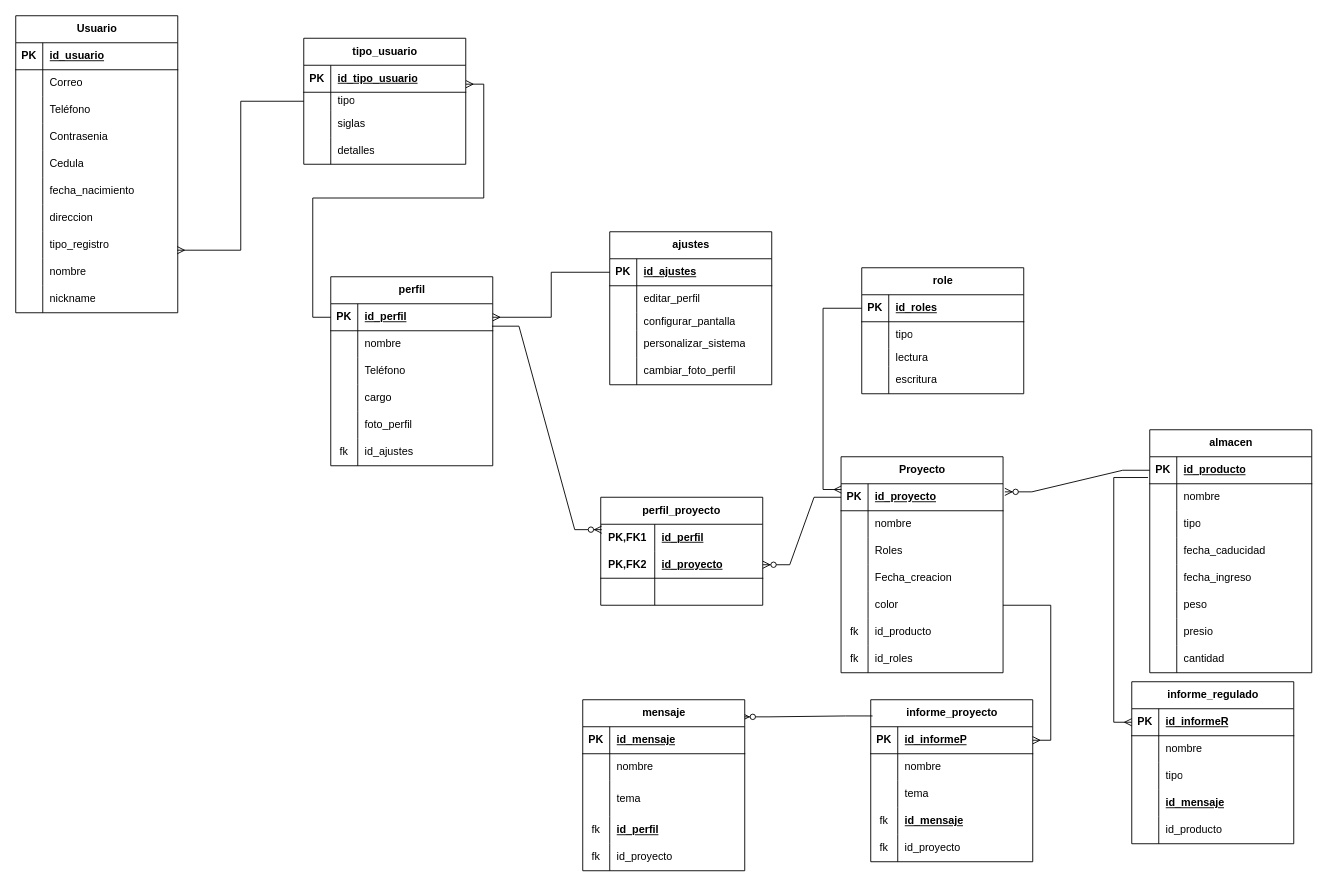
This is Diagrama sin título.drawio from jhoann2007/Proyecto-Formativo, a draw.io file, before an edit. Source tidied: cells renumbered, new cells numbered last; positions are measured from the earlier drawing's top-left corner, leaving out a move shared by most shapes. Both pictures are drawn from the tidied source at 90%, with x=0, y=0 at pixel (15, 15).
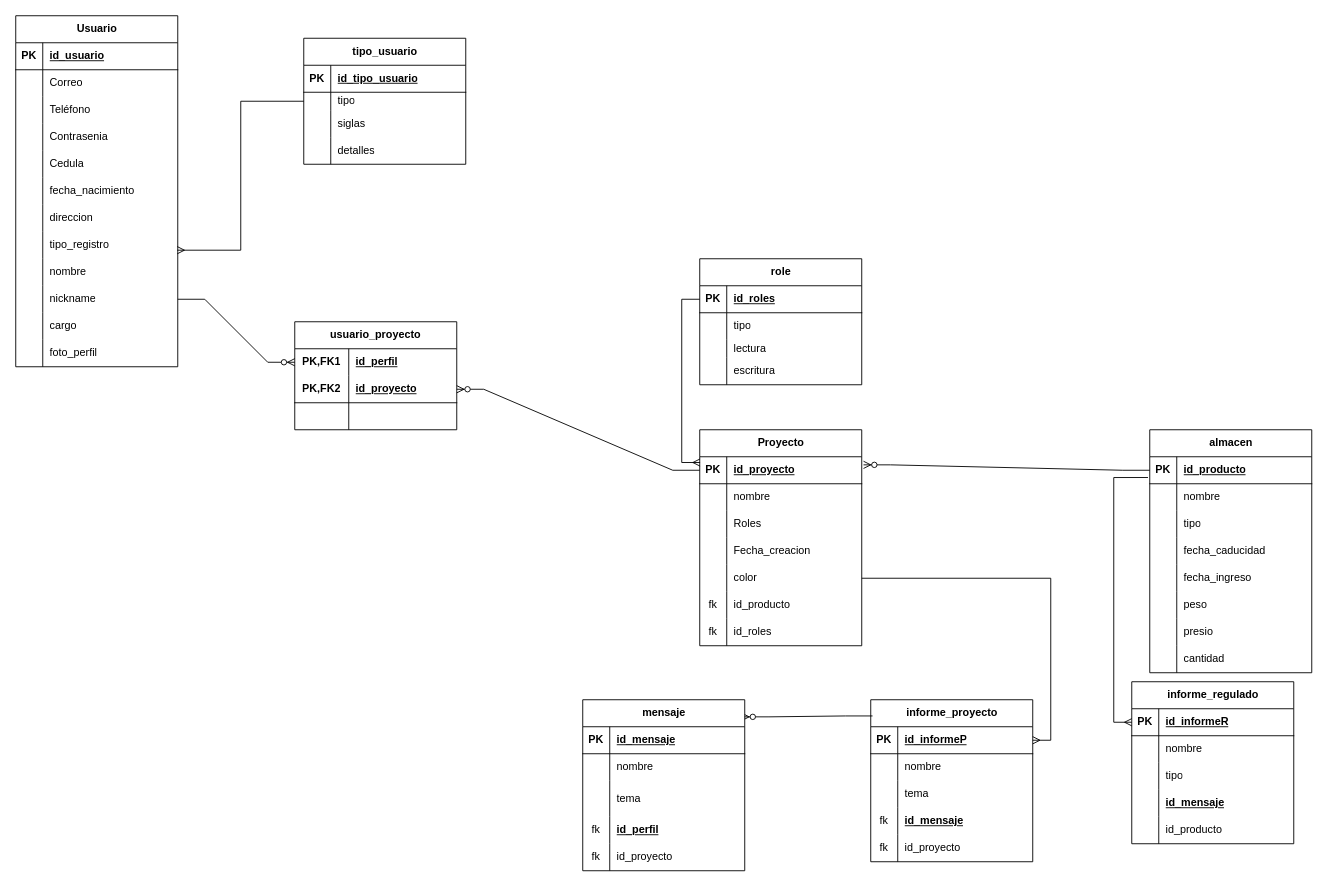
After the change.

Unchanged cells that the change refers to:
```xml
<mxCell id="30" style="shape=tableRow;horizontal=0;startSize=0;swimlaneHead=0;swimlaneBody=0;fillColor=none;points=[[0,0.5],[1,0.5]];portConstraint=eastwest;top=0;left=0;right=0;bottom=0;" parent="2" vertex="1">
  <mxGeometry y="300" width="180" height="30" as="geometry" />
</mxCell>
<mxCell id="168" style="shape=tableRow;horizontal=0;startSize=0;swimlaneHead=0;swimlaneBody=0;fillColor=none;points=[[0,0.5],[1,0.5]];portConstraint=eastwest;top=0;left=0;right=0;bottom=1;" parent="167" vertex="1">
  <mxGeometry y="30" width="180" height="30" as="geometry" />
</mxCell>
<mxCell id="185" style="shape=tableRow;horizontal=0;startSize=0;swimlaneHead=0;swimlaneBody=0;fillColor=none;points=[[0,0.5],[1,0.5]];portConstraint=eastwest;top=0;left=0;right=0;bottom=0;html=1;" parent="184" vertex="1">
  <mxGeometry y="30" width="180" height="30" as="geometry" />
</mxCell>
```

Diff of the diagram source:
```diff
@@
     <mxCell id="2" value="Usuario" style="shape=table;startSize=30;childLayout=tableLayout;rowLines=0;fontStyle=1;align=center;html=1;" parent="1" vertex="1">
-      <mxGeometry width="180" height="330" as="geometry" />
+      <mxGeometry width="180" height="390" as="geometry" />
     </mxCell>
@@
+    <mxCell id="209" style="shape=tableRow;horizontal=0;startSize=0;swimlaneHead=0;swimlaneBody=0;fillColor=none;top=0;left=0;right=0;bottom=0;" parent="2" vertex="1">
+      <mxGeometry y="330" width="180" height="30" as="geometry" />
+    </mxCell>
+    <mxCell id="210" style="shape=partialRectangle;fillColor=none;top=0;left=0;bottom=0;right=0;overflow=hidden;whiteSpace=wrap;html=1;" parent="209" vertex="1">
+      <mxGeometry width="30" height="30" as="geometry" />
+    </mxCell>
+    <mxCell id="144" value="cargo" style="shape=partialRectangle;fillColor=none;top=0;left=0;bottom=0;right=0;align=left;spacingLeft=6;overflow=hidden;whiteSpace=wrap;html=1;" parent="209" vertex="1">
+      <mxGeometry x="30" width="150" height="30" as="geometry" />
+    </mxCell>
+    <mxCell id="211" style="shape=tableRow;horizontal=0;startSize=0;swimlaneHead=0;swimlaneBody=0;fillColor=none;top=0;left=0;right=0;bottom=0;" parent="2" vertex="1">
+      <mxGeometry y="360" width="180" height="30" as="geometry" />
+    </mxCell>
+    <mxCell id="212" style="shape=partialRectangle;fillColor=none;top=0;left=0;bottom=0;right=0;overflow=hidden;whiteSpace=wrap;html=1;" parent="211" vertex="1">
+      <mxGeometry width="30" height="30" as="geometry" />
+    </mxCell>
+    <mxCell id="147" value="foto_perfil" style="shape=partialRectangle;fillColor=none;top=0;left=0;bottom=0;right=0;align=left;spacingLeft=6;overflow=hidden;whiteSpace=wrap;html=1;" parent="211" vertex="1">
+      <mxGeometry x="30" width="150" height="30" as="geometry" />
+    </mxCell>
@@
     <mxCell id="58" value="Proyecto" style="shape=table;startSize=30;childLayout=tableLayout;rowLines=0;fontStyle=1;align=center;html=1;" parent="1" vertex="1">
-      <mxGeometry x="917" y="490" width="180" height="240" as="geometry" />
+      <mxGeometry x="760" y="460" width="180" height="240" as="geometry" />
     </mxCell>
@@
-    <mxCell id="132" value="perfil" style="shape=table;startSize=30;childLayout=tableLayout;rowLines=0;fontStyle=1;align=center;html=1;" parent="1" vertex="1">
-      <mxGeometry x="350" y="290" width="180" height="210" as="geometry" />
-    </mxCell>
-    <mxCell id="133" style="shape=tableRow;horizontal=0;startSize=0;swimlaneHead=0;swimlaneBody=0;fillColor=none;points=[[0,0.5],[1,0.5]];portConstraint=eastwest;top=0;left=0;right=0;bottom=1;" parent="132" vertex="1">
-      <mxGeometry y="30" width="180" height="30" as="geometry" />
-    </mxCell>
-    <mxCell id="134" value="PK" style="shape=partialRectangle;fillColor=none;top=0;left=0;bottom=0;right=0;fontStyle=1;overflow=hidden;whiteSpace=wrap;html=1;" parent="133" vertex="1">
-      <mxGeometry width="30" height="30" as="geometry" />
-    </mxCell>
-    <mxCell id="135" value="id_perfil" style="shape=partialRectangle;fillColor=none;top=0;left=0;bottom=0;right=0;align=left;spacingLeft=6;fontStyle=5;overflow=hidden;whiteSpace=wrap;html=1;" parent="133" vertex="1">
-      <mxGeometry x="30" width="150" height="30" as="geometry" />
-    </mxCell>
-    <mxCell id="136" style="shape=tableRow;horizontal=0;startSize=0;swimlaneHead=0;swimlaneBody=0;fillColor=none;top=0;left=0;right=0;bottom=0;" parent="132" vertex="1">
-      <mxGeometry y="60" width="180" height="30" as="geometry" />
-    </mxCell>
-    <mxCell id="137" style="shape=partialRectangle;fillColor=none;top=0;left=0;bottom=0;right=0;overflow=hidden;whiteSpace=wrap;html=1;" parent="136" vertex="1">
-      <mxGeometry width="30" height="30" as="geometry" />
-    </mxCell>
-    <mxCell id="138" value="nombre" style="shape=partialRectangle;fillColor=none;top=0;left=0;bottom=0;right=0;align=left;spacingLeft=6;overflow=hidden;whiteSpace=wrap;html=1;" parent="136" vertex="1">
-      <mxGeometry x="30" width="150" height="30" as="geometry" />
-    </mxCell>
-    <mxCell id="139" style="shape=tableRow;horizontal=0;startSize=0;swimlaneHead=0;swimlaneBody=0;fillColor=none;top=0;left=0;right=0;bottom=0;" parent="132" vertex="1">
-      <mxGeometry y="90" width="180" height="30" as="geometry" />
-    </mxCell>
-    <mxCell id="140" style="shape=partialRectangle;fillColor=none;top=0;left=0;bottom=0;right=0;overflow=hidden;whiteSpace=wrap;html=1;" parent="139" vertex="1">
-      <mxGeometry width="30" height="30" as="geometry" />
-    </mxCell>
-    <mxCell id="141" value="Teléfono" style="shape=partialRectangle;fillColor=none;top=0;left=0;bottom=0;right=0;align=left;spacingLeft=6;overflow=hidden;whiteSpace=wrap;html=1;" parent="139" vertex="1">
-      <mxGeometry x="30" width="150" height="30" as="geometry" />
-    </mxCell>
-    <mxCell id="142" style="shape=tableRow;horizontal=0;startSize=0;swimlaneHead=0;swimlaneBody=0;fillColor=none;top=0;left=0;right=0;bottom=0;" parent="132" vertex="1">
-      <mxGeometry y="120" width="180" height="30" as="geometry" />
-    </mxCell>
-    <mxCell id="143" style="shape=partialRectangle;fillColor=none;top=0;left=0;bottom=0;right=0;overflow=hidden;whiteSpace=wrap;html=1;" parent="142" vertex="1">
-      <mxGeometry width="30" height="30" as="geometry" />
-    </mxCell>
-    <mxCell id="144" value="cargo" style="shape=partialRectangle;fillColor=none;top=0;left=0;bottom=0;right=0;align=left;spacingLeft=6;overflow=hidden;whiteSpace=wrap;html=1;" parent="142" vertex="1">
-      <mxGeometry x="30" width="150" height="30" as="geometry" />
-    </mxCell>
-    <mxCell id="145" style="shape=tableRow;horizontal=0;startSize=0;swimlaneHead=0;swimlaneBody=0;fillColor=none;top=0;left=0;right=0;bottom=0;" parent="132" vertex="1">
-      <mxGeometry y="150" width="180" height="30" as="geometry" />
-    </mxCell>
-    <mxCell id="146" style="shape=partialRectangle;fillColor=none;top=0;left=0;bottom=0;right=0;overflow=hidden;whiteSpace=wrap;html=1;" parent="145" vertex="1">
-      <mxGeometry width="30" height="30" as="geometry" />
-    </mxCell>
-    <mxCell id="147" value="foto_perfil" style="shape=partialRectangle;fillColor=none;top=0;left=0;bottom=0;right=0;align=left;spacingLeft=6;overflow=hidden;whiteSpace=wrap;html=1;" parent="145" vertex="1">
-      <mxGeometry x="30" width="150" height="30" as="geometry" />
-    </mxCell>
-    <mxCell id="148" style="shape=tableRow;horizontal=0;startSize=0;swimlaneHead=0;swimlaneBody=0;fillColor=none;top=0;left=0;right=0;bottom=0;" parent="132" vertex="1">
-      <mxGeometry y="180" width="180" height="30" as="geometry" />
-    </mxCell>
-    <mxCell id="149" value="fk" style="shape=partialRectangle;fillColor=none;top=0;left=0;bottom=0;right=0;overflow=hidden;whiteSpace=wrap;html=1;" parent="148" vertex="1">
-      <mxGeometry width="30" height="30" as="geometry" />
-    </mxCell>
-    <mxCell id="150" value="id_ajustes" style="shape=partialRectangle;fillColor=none;top=0;left=0;bottom=0;right=0;align=left;spacingLeft=6;overflow=hidden;whiteSpace=wrap;html=1;" parent="148" vertex="1">
-      <mxGeometry x="30" width="150" height="30" as="geometry" />
-    </mxCell>
-    <mxCell id="151" value="ajustes" style="shape=table;startSize=30;childLayout=tableLayout;rowLines=0;fontStyle=1;align=center;html=1;" parent="1" vertex="1">
-      <mxGeometry x="660" y="240" width="180" height="170" as="geometry" />
-    </mxCell>
-    <mxCell id="152" style="shape=tableRow;horizontal=0;startSize=0;swimlaneHead=0;swimlaneBody=0;fillColor=none;points=[[0,0.5],[1,0.5]];portConstraint=eastwest;top=0;left=0;right=0;bottom=1;" parent="151" vertex="1">
-      <mxGeometry y="30" width="180" height="30" as="geometry" />
-    </mxCell>
-    <mxCell id="153" value="PK" style="shape=partialRectangle;fillColor=none;top=0;left=0;bottom=0;right=0;fontStyle=1;overflow=hidden;whiteSpace=wrap;html=1;" parent="152" vertex="1">
-      <mxGeometry width="30" height="30" as="geometry" />
-    </mxCell>
-    <mxCell id="154" value="id_ajustes" style="shape=partialRectangle;fillColor=none;top=0;left=0;bottom=0;right=0;align=left;spacingLeft=6;fontStyle=5;overflow=hidden;whiteSpace=wrap;html=1;" parent="152" vertex="1">
-      <mxGeometry x="30" width="150" height="30" as="geometry" />
-    </mxCell>
-    <mxCell id="155" style="shape=tableRow;horizontal=0;startSize=0;swimlaneHead=0;swimlaneBody=0;fillColor=none;top=0;left=0;right=0;bottom=0;" parent="151" vertex="1">
-      <mxGeometry y="60" width="180" height="30" as="geometry" />
-    </mxCell>
-    <mxCell id="156" style="shape=partialRectangle;fillColor=none;top=0;left=0;bottom=0;right=0;overflow=hidden;whiteSpace=wrap;html=1;" parent="155" vertex="1">
-      <mxGeometry width="30" height="30" as="geometry" />
-    </mxCell>
-    <mxCell id="157" value="editar_perfil" style="shape=partialRectangle;fillColor=none;top=0;left=0;bottom=0;right=0;align=left;spacingLeft=6;overflow=hidden;whiteSpace=wrap;html=1;" parent="155" vertex="1">
-      <mxGeometry x="30" width="150" height="30" as="geometry" />
-    </mxCell>
-    <mxCell id="158" style="shape=tableRow;horizontal=0;startSize=0;swimlaneHead=0;swimlaneBody=0;fillColor=none;top=0;left=0;right=0;bottom=0;" parent="151" vertex="1">
-      <mxGeometry y="90" width="180" height="20" as="geometry" />
-    </mxCell>
-    <mxCell id="159" style="shape=partialRectangle;fillColor=none;top=0;left=0;bottom=0;right=0;overflow=hidden;whiteSpace=wrap;html=1;" parent="158" vertex="1">
-      <mxGeometry width="30" height="20" as="geometry" />
-    </mxCell>
-    <mxCell id="160" value="configurar_pantalla" style="shape=partialRectangle;fillColor=none;top=0;left=0;bottom=0;right=0;align=left;spacingLeft=6;overflow=hidden;whiteSpace=wrap;html=1;" parent="158" vertex="1">
-      <mxGeometry x="30" width="150" height="20" as="geometry" />
-    </mxCell>
-    <mxCell id="161" style="shape=tableRow;horizontal=0;startSize=0;swimlaneHead=0;swimlaneBody=0;fillColor=none;top=0;left=0;right=0;bottom=0;" parent="151" vertex="1">
-      <mxGeometry y="110" width="180" height="30" as="geometry" />
-    </mxCell>
-    <mxCell id="162" style="shape=partialRectangle;fillColor=none;top=0;left=0;bottom=0;right=0;overflow=hidden;whiteSpace=wrap;html=1;" parent="161" vertex="1">
-      <mxGeometry width="30" height="30" as="geometry" />
-    </mxCell>
-    <mxCell id="163" value="personalizar_sistema" style="shape=partialRectangle;fillColor=none;top=0;left=0;bottom=0;right=0;align=left;spacingLeft=6;overflow=hidden;whiteSpace=wrap;html=1;" parent="161" vertex="1">
-      <mxGeometry x="30" width="150" height="30" as="geometry" />
-    </mxCell>
-    <mxCell id="164" style="shape=tableRow;horizontal=0;startSize=0;swimlaneHead=0;swimlaneBody=0;fillColor=none;top=0;left=0;right=0;bottom=0;" parent="151" vertex="1">
-      <mxGeometry y="140" width="180" height="30" as="geometry" />
-    </mxCell>
-    <mxCell id="165" style="shape=partialRectangle;fillColor=none;top=0;left=0;bottom=0;right=0;overflow=hidden;whiteSpace=wrap;html=1;" parent="164" vertex="1">
-      <mxGeometry width="30" height="30" as="geometry" />
-    </mxCell>
-    <mxCell id="166" value="cambiar_foto_perfil" style="shape=partialRectangle;fillColor=none;top=0;left=0;bottom=0;right=0;align=left;spacingLeft=6;overflow=hidden;whiteSpace=wrap;html=1;" parent="164" vertex="1">
-      <mxGeometry x="30" width="150" height="30" as="geometry" />
-    </mxCell>
@@
-    <mxCell id="181" style="edgeStyle=orthogonalEdgeStyle;rounded=0;jettySize=auto;html=1;entryX=1;entryY=0.5;entryDx=0;entryDy=0;endArrow=ERmany;endFill=0;" parent="1" edge="1" source="152" target="133">
-      <mxGeometry relative="1" as="geometry" />
-    </mxCell>
-    <mxCell id="182" style="edgeStyle=orthogonalEdgeStyle;rounded=0;jettySize=auto;html=1;entryX=1.001;entryY=0.701;entryDx=0;entryDy=0;entryPerimeter=0;exitX=0;exitY=0.5;exitDx=0;exitDy=0;endArrow=ERmany;endFill=0;" parent="1" edge="1" source="133" target="168">
-      <mxGeometry relative="1" as="geometry" />
-    </mxCell>
-    <mxCell id="183" style="edgeStyle=entityRelationEdgeStyle;fontSize=12;html=1;endArrow=ERzeroToMany;endFill=1;rounded=0;entryX=0.006;entryY=0.3;entryDx=0;entryDy=0;entryPerimeter=0;exitX=0.995;exitY=0.831;exitDx=0;exitDy=0;exitPerimeter=0;" parent="1" edge="1" source="133" target="184">
+    <mxCell id="183" style="edgeStyle=entityRelationEdgeStyle;fontSize=12;html=1;endArrow=ERzeroToMany;endFill=1;rounded=0;entryX=0;entryY=0.5;entryDx=0;entryDy=0;exitX=1;exitY=0.5;exitDx=0;exitDy=0;" parent="1" edge="1" source="30" target="185">
       <mxGeometry relative="1" as="geometry" />
     </mxCell>
-    <mxCell id="184" value="perfil_proyecto" style="shape=table;startSize=30;childLayout=tableLayout;rowLines=0;fontStyle=1;align=center;html=1;whiteSpace=wrap;" parent="1" vertex="1">
-      <mxGeometry x="650" y="535" width="180" height="120" as="geometry" />
+    <mxCell id="184" value="usuario_proyecto" style="shape=table;startSize=30;childLayout=tableLayout;rowLines=0;fontStyle=1;align=center;html=1;whiteSpace=wrap;" parent="1" vertex="1">
+      <mxGeometry x="310" y="340" width="180" height="120" as="geometry" />
     </mxCell>
@@
     <mxCell id="195" value="role" style="shape=table;startSize=30;childLayout=tableLayout;rowLines=0;fontStyle=1;align=center;html=1;" parent="1" vertex="1">
-      <mxGeometry x="940" y="280" width="180" height="140" as="geometry" />
+      <mxGeometry x="760" y="270" width="180" height="140" as="geometry" />
     </mxCell>
```
